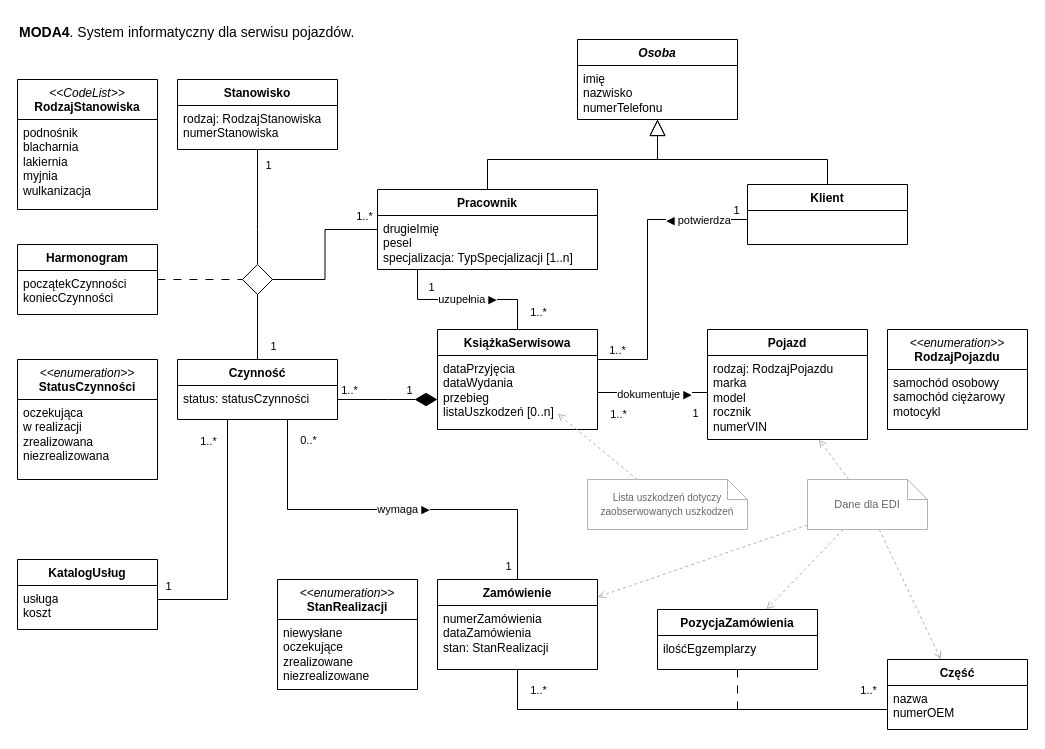
Earlier version of the draw.io diagram model_koncepcyjny/drawio/MODA4_koncepcyjny.drawio (SSwiatlak/IT_SYSTEM_FOR_CAR_WORKSHOPS). Source tidied: cells renumbered, new cells numbered last; positions are measured from the earlier drawing's top-left corner, leaving out a move shared by most shapes. Both pictures are drawn from the tidied source at 100%, with x=0, y=0 at pixel (17, 17).
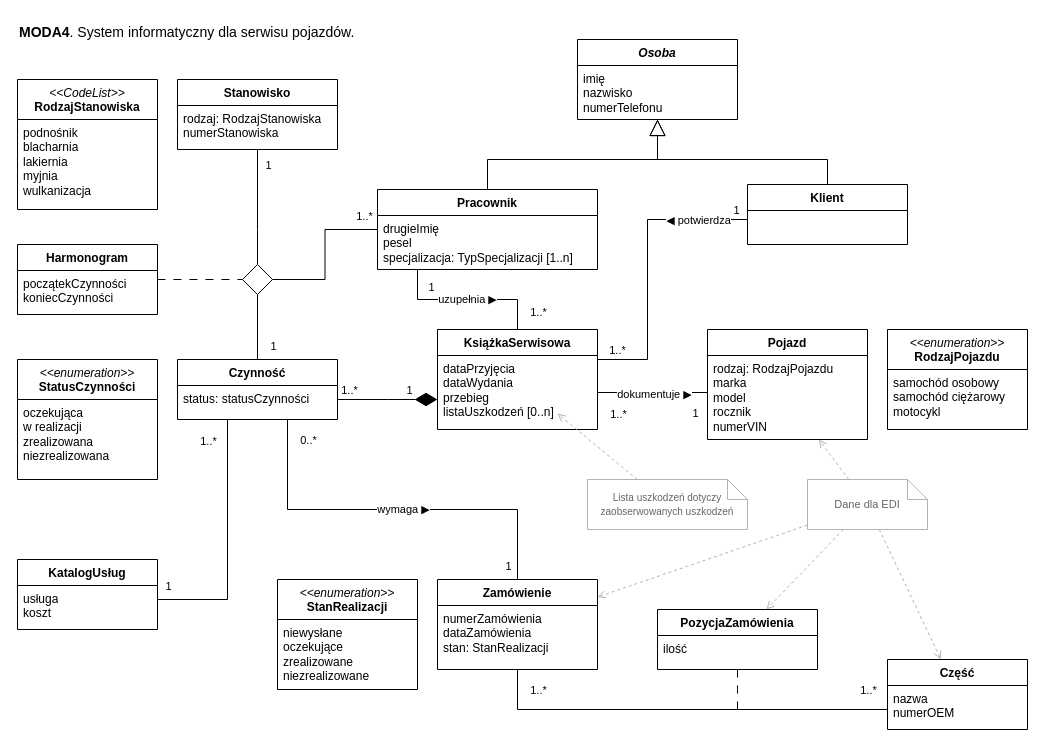
The same page after the edit.

Commit message (it also covers changes not shown here):
poprawiony atrybit PozycjaZamówienia

The change refers to these unchanged cells:
```xml
<mxCell id="30" value="PozycjaZamówienia" style="swimlane;fontStyle=1;align=center;verticalAlign=top;horizontal=1;startSize=26;whiteSpace=wrap;html=1;" parent="2" vertex="1">
  <mxGeometry x="640" y="570" width="160" height="60" as="geometry" />
</mxCell>
```

Diff of the diagram source:
```diff
@@
-    <mxCell id="31" value="&lt;span&gt;&lt;/span&gt;ilośćEgzemplarzy" style="text;strokeColor=none;fillColor=none;align=left;verticalAlign=top;spacingLeft=4;spacingRight=4;overflow=hidden;whiteSpace=wrap;html=1;" parent="30" vertex="1">
+    <mxCell id="31" value="&lt;span&gt;&lt;/span&gt;ilość" style="text;strokeColor=none;fillColor=none;align=left;verticalAlign=top;spacingLeft=4;spacingRight=4;overflow=hidden;whiteSpace=wrap;html=1;" parent="30" vertex="1">
       <mxGeometry y="26" width="160" height="34" as="geometry" />
     </mxCell>
```
